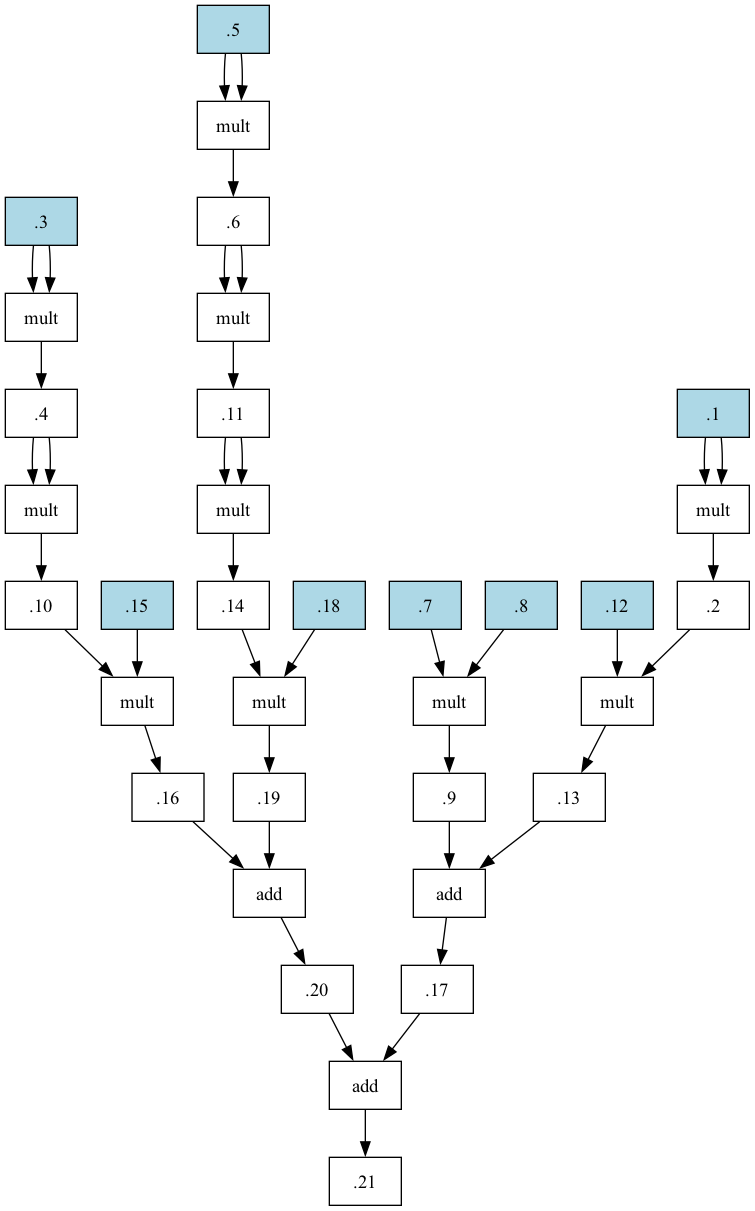
The Graphviz diagram circuit.png in KevinZonda/RbsVisualization, before a commit. Its source is kept beside it as circuit.dot.
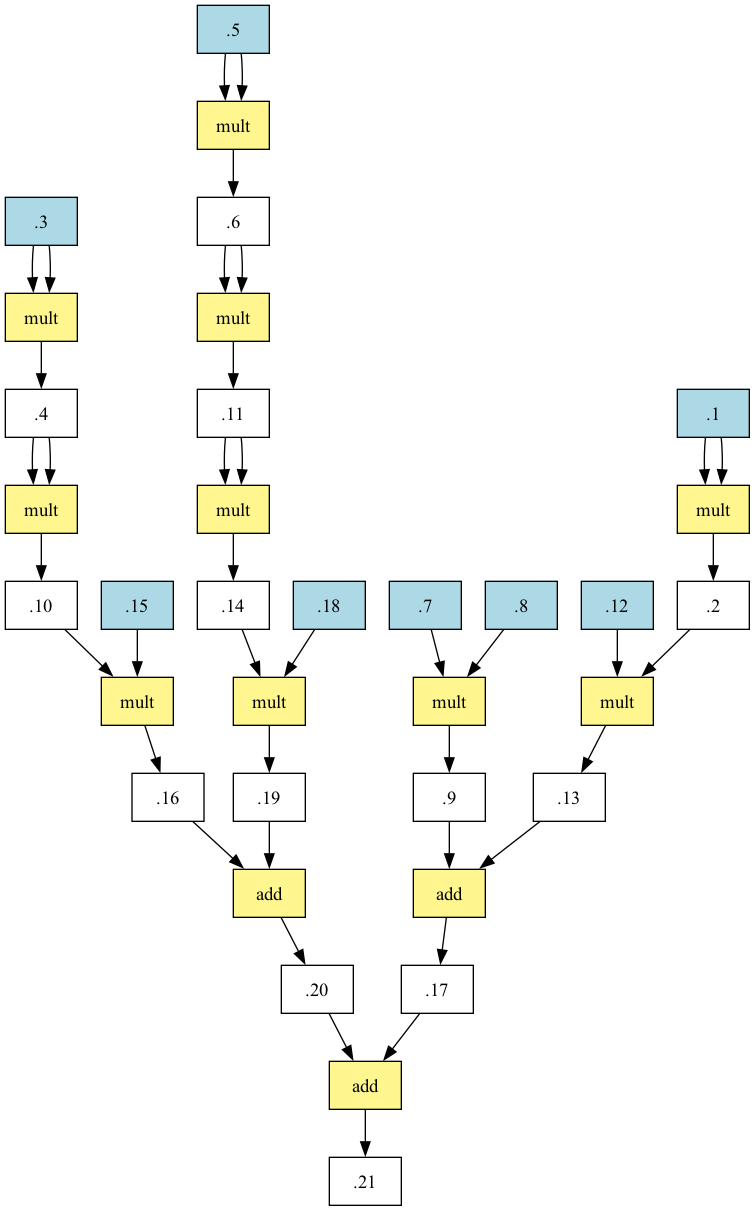
The same diagram one commit later.

Change to the diagram source:
```diff
@@ -1,54 +1,54 @@
 digraph circuit {
 	node [shape=box];
-	op0 [label="mult"];
+	op0 [style=filled,fillcolor=khaki1,label="mult"];
 	".1" -> op0;
 	".1" -> op0;
 	op0 -> ".2";
-	op1 [label="mult"];
+	op1 [style=filled,fillcolor=khaki1,label="mult"];
 	".3" -> op1;
 	".3" -> op1;
 	op1 -> ".4";
-	op2 [label="mult"];
+	op2 [style=filled,fillcolor=khaki1,label="mult"];
 	".5" -> op2;
 	".5" -> op2;
 	op2 -> ".6";
-	op3 [label="mult"];
+	op3 [style=filled,fillcolor=khaki1,label="mult"];
 	".7" -> op3;
 	".8" -> op3;
 	op3 -> ".9";
-	op4 [label="mult"];
+	op4 [style=filled,fillcolor=khaki1,label="mult"];
 	".4" -> op4;
 	".4" -> op4;
 	op4 -> ".10";
-	op5 [label="mult"];
+	op5 [style=filled,fillcolor=khaki1,label="mult"];
 	".6" -> op5;
 	".6" -> op5;
 	op5 -> ".11";
-	op6 [label="mult"];
+	op6 [style=filled,fillcolor=khaki1,label="mult"];
 	".2" -> op6;
 	".12" -> op6;
 	op6 -> ".13";
-	op7 [label="mult"];
+	op7 [style=filled,fillcolor=khaki1,label="mult"];
 	".11" -> op7;
 	".11" -> op7;
 	op7 -> ".14";
-	op8 [label="mult"];
+	op8 [style=filled,fillcolor=khaki1,label="mult"];
 	".10" -> op8;
 	".15" -> op8;
 	op8 -> ".16";
-	op9 [label="add"];
+	op9 [style=filled,fillcolor=khaki1,label="add"];
 	".9" -> op9;
 	".13" -> op9;
 	op9 -> ".17";
-	op10 [label="mult"];
+	op10 [style=filled,fillcolor=khaki1,label="mult"];
 	".14" -> op10;
 	".18" -> op10;
 	op10 -> ".19";
-	op11 [label="add"];
+	op11 [style=filled,fillcolor=khaki1,label="add"];
 	".16" -> op11;
 	".19" -> op11;
 	op11 -> ".20";
-	op12 [label="add"];
+	op12 [style=filled,fillcolor=khaki1,label="add"];
 	".17" -> op12;
 	".20" -> op12;
 	op12 -> ".21";
```
